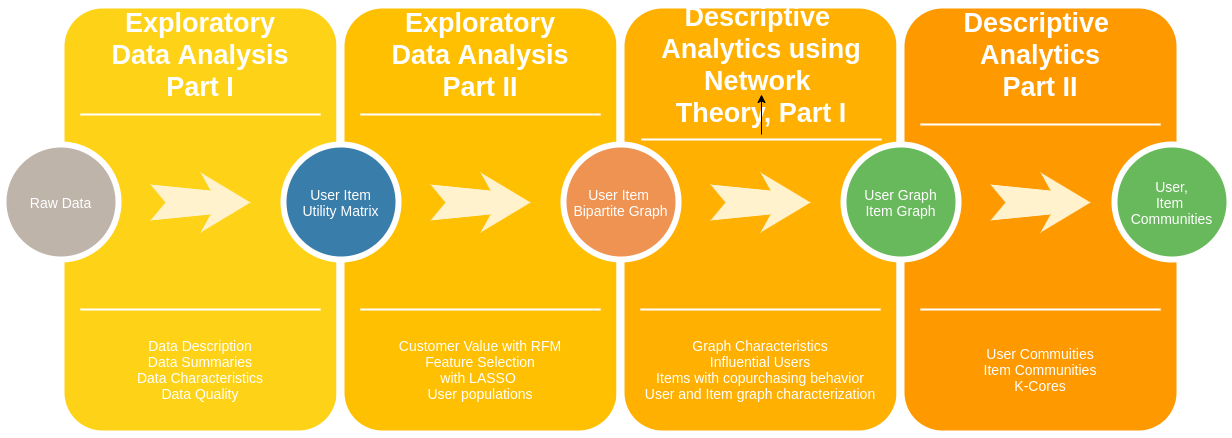
Earlier version of the draw.io export notebooks/img/analysis_methodology.png (arangodb/interactive_tutorials). Source tidied: cells renumbered, new cells last; positions are measured from the earlier drawing's top-left corner, leaving out a move shared by most shapes.
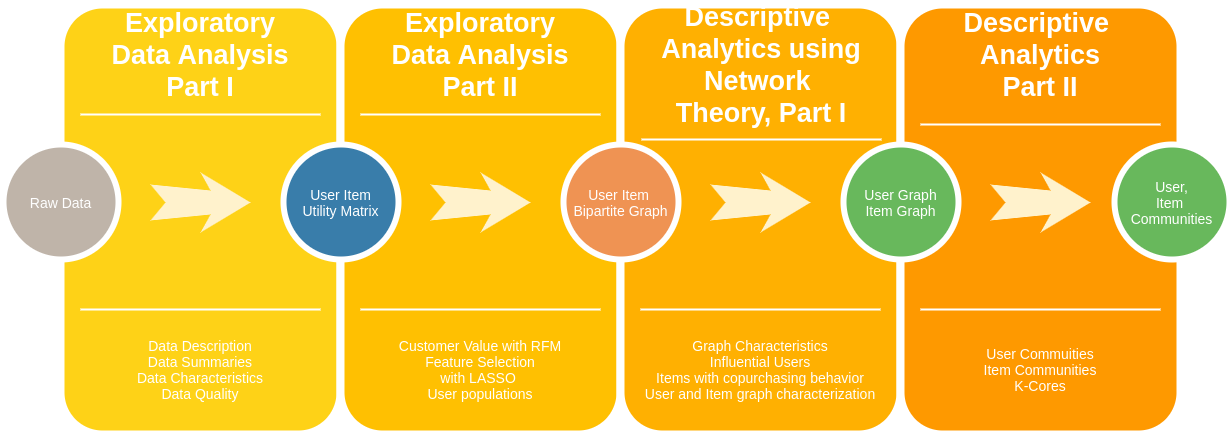
Above is the later version.

Commit message:
Fixing the tick mark on image - Retail Analytics.

Change to the diagram source:
```diff
@@ -53,9 +53,6 @@
     <mxCell id="18" value="&lt;div&gt;Graph Characteristics&lt;/div&gt;&lt;div&gt;Influential Users&lt;/div&gt;&lt;div&gt;Items with copurchasing behavior&lt;/div&gt;&lt;div&gt;User and Item graph characterization&lt;/div&gt;" style="text;html=1;strokeColor=none;fillColor=none;align=center;verticalAlign=middle;whiteSpace=wrap;rounded=0;shadow=0;fontSize=14;fontColor=#FFFFFF;" parent="1" vertex="1">
       <mxGeometry x="617" y="320" width="280" height="90" as="geometry" />
     </mxCell>
-    <mxCell id="19" style="edgeStyle=orthogonalEdgeStyle;rounded=0;jettySize=auto;html=1;" parent="1" edge="1" source="20" target="17">
-      <mxGeometry relative="1" as="geometry" />
-    </mxCell>
     <mxCell id="20" style="line;strokeWidth=2;html=1;rounded=0;shadow=0;fontSize=27;align=center;fillColor=none;strokeColor=#FFFFFF;" parent="1" vertex="1">
       <mxGeometry x="638" y="130" width="240" height="10" as="geometry" />
     </mxCell>
```
